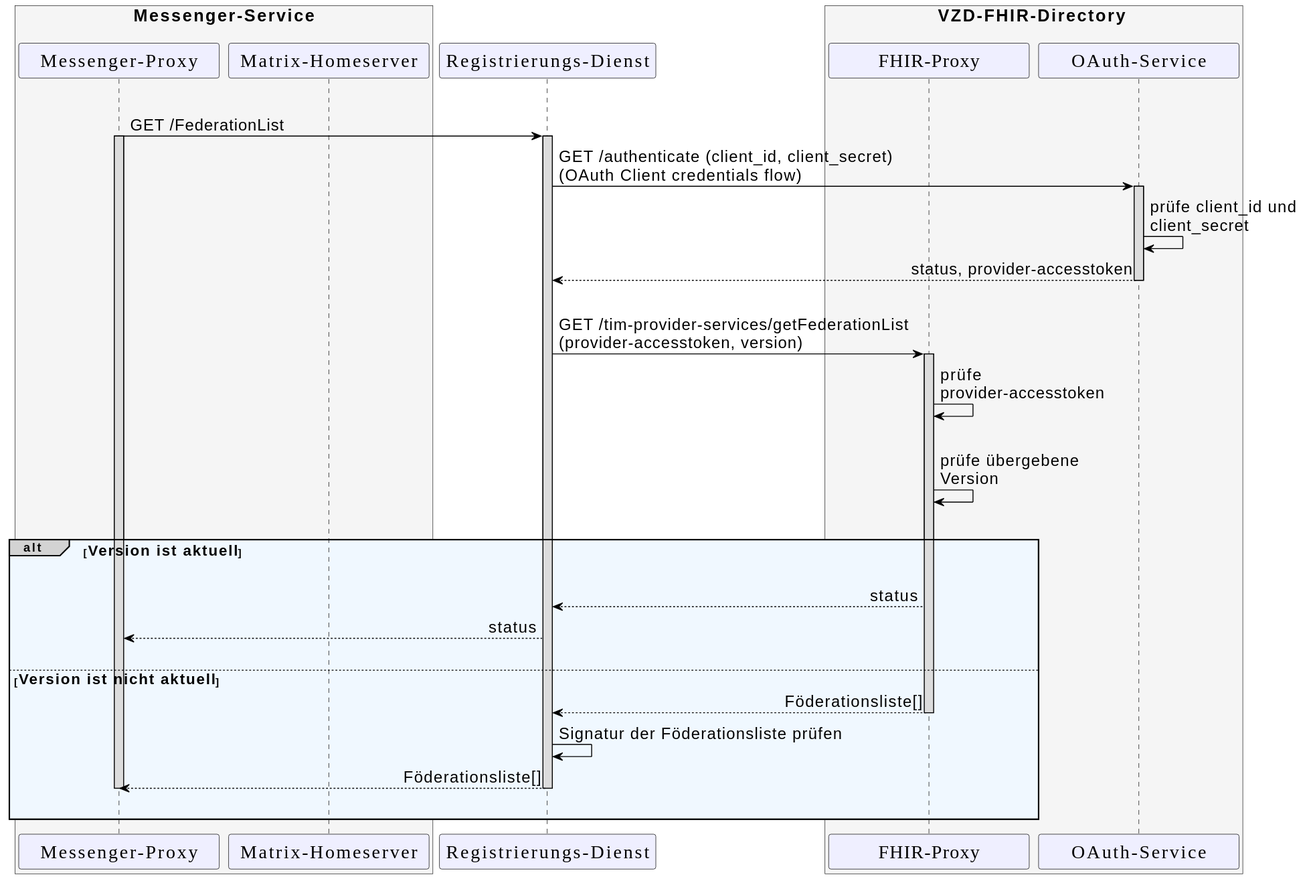
Above: images/diagrams/TI-Messenger-Dienst/Ressourcen/UC_Update_Federationlist_Seq.svg in gematik/api-ti-messenger (PlantUML), before the change. The source it was exported from:
```plantuml
@startuml
skinparam sequenceMessageAlign direction
skinparam minClassWidth 200
skinparam BoxPadding 1
skinparam sequenceReferenceHeaderBackgroundColor palegreen
scale max 2048 width

skinparam sequence {
ArrowColor black
ArrowFontSize 17
ActorBorderColor black
LifeLineBorderColor black
LifeLineBackgroundColor Gainsboro

ParticipantBorderColor Motivation
ParticipantBackgroundColor Motivation
ParticipantFontName Impact
ParticipantFontSize 20
ParticipantFontColor black
ParticipantBorderColor Black
ParticipantBackgroundColor MOTIVATION

ActorBackgroundColor Gainsboro
ActorFontColor black
ActorFontSize 20
ActorFontName Aapex
}
    box <size:18>Messenger-Service\n #WhiteSmoke
    participant MP as "Messenger-Proxy"
    participant MH as "Matrix-Homeserver"
    end box
    participant RD as "Registrierungs-Dienst"
    box <size:18>VZD-FHIR-Directory</size> #WhiteSmoke
      participant FP as "FHIR-Proxy"
      participant AS as "OAuth-Service"
    end box

  |||
  MP->RD: GET /FederationList
    Activate MP
    Activate RD

  RD->AS: GET /authenticate (client_id, client_secret) \n(OAuth Client credentials flow)
    Activate AS
  AS->AS: prüfe client_id und \nclient_secret
  AS-->RD: status, provider-accesstoken
    Deactivate AS

  |||
  RD->FP: GET /tim-provider-services/getFederationList \n(provider-accesstoken, version)
    Activate FP
  FP->FP: prüfe \nprovider-accesstoken
  |||
  FP->FP: prüfe übergebene \nVersion

|||
alt#LightGrey #AliceBlue <size:16>Version ist aktuell</size>
|||

    FP-->RD: status
    RD-->MP: status
    |||

    else <size:16>Version ist nicht aktuell</size>
       FP-->RD: Föderationsliste[]
        Deactivate FP
       RD->RD: Signatur der Föderationsliste prüfen
      RD-->MP: Föderationsliste[]
        Deactivate RD
        deactivate MP
    |||
end
@enduml
```
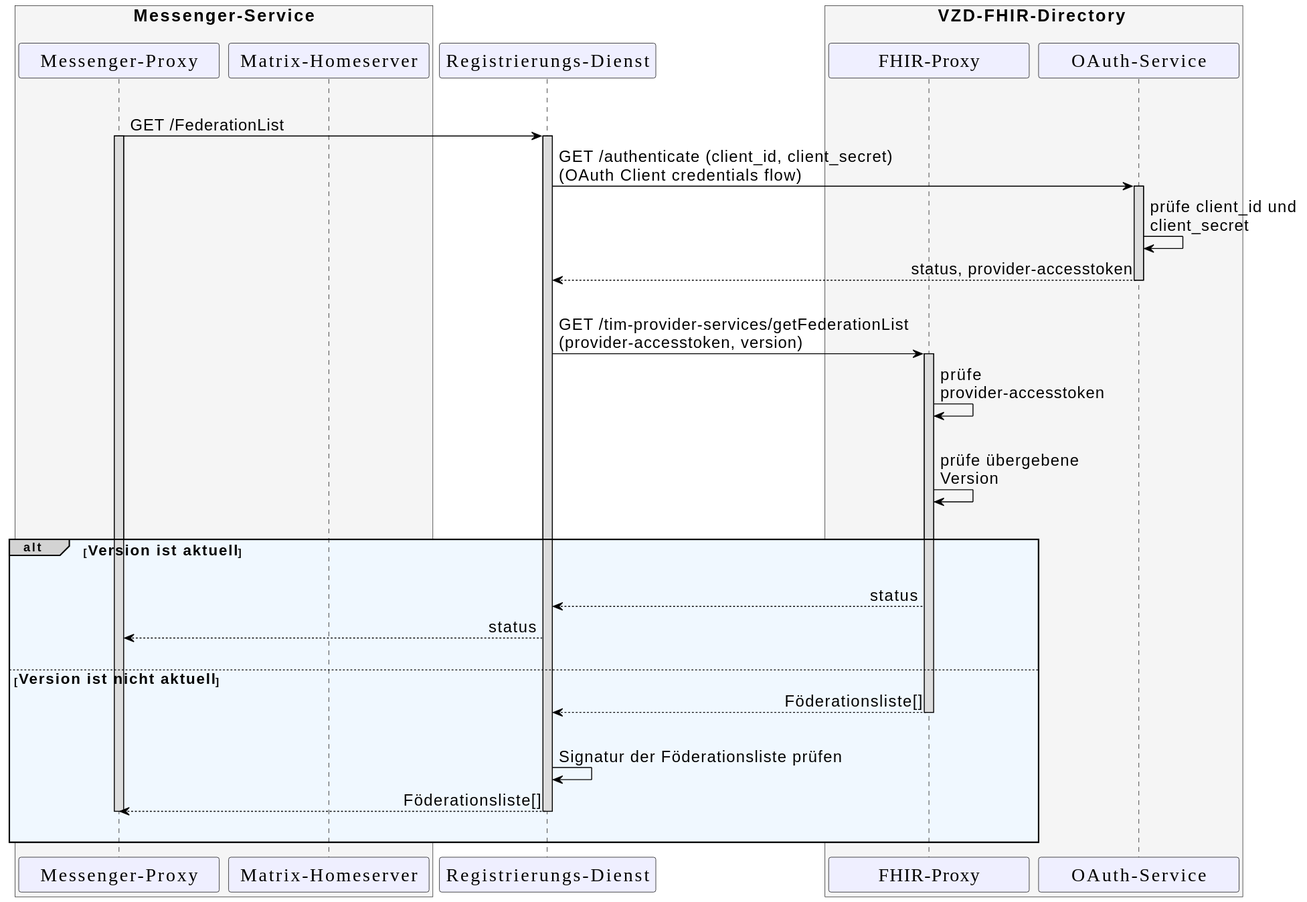
Above is the later version.

Commit message:
Commit from GitHub Actions (GeneratePlantumlImages)

What changed in the source:
```diff
@@ -64,7 +64,8 @@
     else <size:16>Version ist nicht aktuell</size>
        FP-->RD: Föderationsliste[]
         Deactivate FP
-       RD->RD: Signatur der Föderationsliste prüfen
+       |||
+      RD->RD: Signatur der Föderationsliste prüfen
       RD-->MP: Föderationsliste[]
         Deactivate RD
         deactivate MP
```
